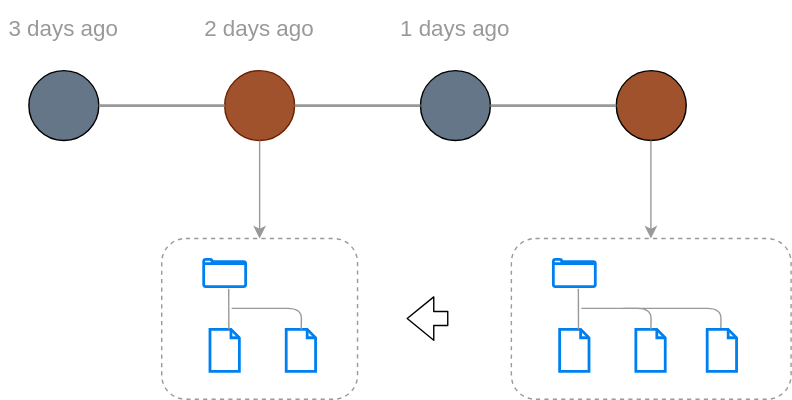
Earlier version of the draw.io export slidev/drawio/git_back.svg (kazuyanagimoto/github-workshop). Source tidied: cells renumbered, new cells last; positions are measured from the earlier drawing's top-left corner, leaving out a move shared by most shapes.
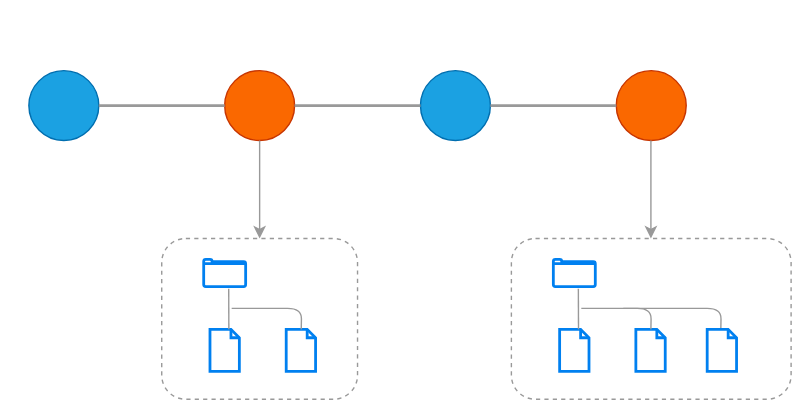
The same file after the commit.

Diff of the diagram source:
```diff
@@ -2,16 +2,16 @@
   <root>
     <mxCell id="0" />
     <mxCell id="1" parent="0" />
-    <mxCell id="2" style="ellipse;whiteSpace=wrap;html=1;fillColor=#647687;fontColor=#ffffff;strokeColor=#000000;" parent="1" vertex="1">
+    <mxCell id="2" style="ellipse;whiteSpace=wrap;html=1;fillColor=#1ba1e2;fontColor=#ffffff;strokeColor=#006EAF;" parent="1" vertex="1">
       <mxGeometry x="20" y="50" width="50" height="50" as="geometry" />
     </mxCell>
-    <mxCell id="3" style="ellipse;whiteSpace=wrap;html=1;fillColor=#a0522d;fontColor=#ffffff;strokeColor=#6D1F00;" parent="1" vertex="1">
+    <mxCell id="3" style="ellipse;whiteSpace=wrap;html=1;fillColor=#fa6800;fontColor=#000000;strokeColor=#C73500;" parent="1" vertex="1">
       <mxGeometry x="160" y="50" width="50" height="50" as="geometry" />
     </mxCell>
-    <mxCell id="4" style="ellipse;whiteSpace=wrap;html=1;fillColor=#647687;fontColor=#ffffff;strokeColor=#000000;" parent="1" vertex="1">
+    <mxCell id="4" style="ellipse;whiteSpace=wrap;html=1;fillColor=#1ba1e2;fontColor=#ffffff;strokeColor=#006EAF;" parent="1" vertex="1">
       <mxGeometry x="300" y="50" width="50" height="50" as="geometry" />
     </mxCell>
-    <mxCell id="5" style="ellipse;whiteSpace=wrap;html=1;fontColor=#ffffff;strokeColor=#000000;fillColor=#A0522D;" parent="1" vertex="1">
+    <mxCell id="5" style="ellipse;whiteSpace=wrap;html=1;fontColor=#000000;strokeColor=#C73500;fillColor=#fa6800;" parent="1" vertex="1">
       <mxGeometry x="440" y="50" width="50" height="50" as="geometry" />
     </mxCell>
     <mxCell id="6" style="endArrow=none;html=1;exitX=1;exitY=0.5;exitDx=0;exitDy=0;entryX=0;entryY=0.5;entryDx=0;entryDy=0;strokeColor=#999999;strokeWidth=2;" parent="1" edge="1" source="2" target="3">
@@ -23,13 +23,13 @@
     <mxCell id="8" style="endArrow=none;html=1;entryX=0;entryY=0.5;entryDx=0;entryDy=0;exitX=1;exitY=0.5;exitDx=0;exitDy=0;strokeColor=#999999;strokeWidth=2;" parent="1" edge="1" source="4" target="5">
       <mxGeometry relative="1" as="geometry" />
     </mxCell>
-    <mxCell id="9" value="3 days ago" style="text;html=1;strokeColor=none;fillColor=none;align=center;verticalAlign=middle;whiteSpace=wrap;rounded=0;fontSize=16;fontColor=#999999;" parent="1" vertex="1">
+    <mxCell id="9" value="3 days ago" style="text;html=1;strokeColor=none;fillColor=none;align=center;verticalAlign=middle;whiteSpace=wrap;rounded=0;fontSize=16;fontColor=#FFFFFF;" parent="1" vertex="1">
       <mxGeometry width="90" height="40" as="geometry" />
     </mxCell>
-    <mxCell id="10" value="1 days ago" style="text;html=1;strokeColor=none;fillColor=none;align=center;verticalAlign=middle;whiteSpace=wrap;rounded=0;fontSize=16;fontColor=#999999;" parent="1" vertex="1">
+    <mxCell id="10" value="1 days ago" style="text;html=1;strokeColor=none;fillColor=none;align=center;verticalAlign=middle;whiteSpace=wrap;rounded=0;fontSize=16;fontColor=#FFFFFF;" parent="1" vertex="1">
       <mxGeometry x="280" width="90" height="40" as="geometry" />
     </mxCell>
-    <mxCell id="11" value="2 days ago" style="text;html=1;strokeColor=none;fillColor=none;align=center;verticalAlign=middle;whiteSpace=wrap;rounded=0;fontSize=16;fontColor=#999999;" parent="1" vertex="1">
+    <mxCell id="11" value="2 days ago" style="text;html=1;strokeColor=none;fillColor=none;align=center;verticalAlign=middle;whiteSpace=wrap;rounded=0;fontSize=16;fontColor=#FFFFFF;" parent="1" vertex="1">
       <mxGeometry x="140" width="90" height="40" as="geometry" />
     </mxCell>
     <mxCell id="12" style="rounded=1;whiteSpace=wrap;html=1;fontSize=16;strokeColor=#999999;dashed=1;fillColor=none;" parent="1" vertex="1">
@@ -94,9 +94,9 @@
     <mxCell id="25" style="html=1;verticalLabelPosition=bottom;align=center;labelBackgroundColor=#ffffff;verticalAlign=top;strokeWidth=2;strokeColor=#0080F0;shadow=0;dashed=0;shape=mxgraph.ios7.icons.document;fontSize=16;fillColor=none;" parent="1" vertex="1">
       <mxGeometry x="505" y="235" width="21" height="30" as="geometry" />
     </mxCell>
-    <mxCell id="26" style="shape=flexArrow;endArrow=classic;html=1;" parent="1" edge="1">
+    <mxCell id="26" style="shape=flexArrow;endArrow=classic;html=1;strokeWidth=2;strokeColor=#FFFFFF;labelBackgroundColor=none;" parent="1" edge="1">
       <mxGeometry relative="1" as="geometry">
-        <mxPoint x="320" y="227.3" as="sourcePoint" />
+        <mxPoint x="330" y="227" as="sourcePoint" />
         <mxPoint x="290" y="227.3" as="targetPoint" />
       </mxGeometry>
     </mxCell>
```
